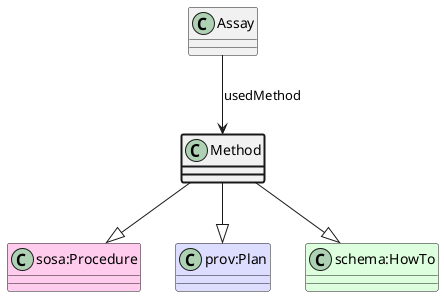
Before: ttl_uml/ttl_appn_Method.png, a diagram exported from PlantUML (aus-plant-phenomics-network/appn-schema).
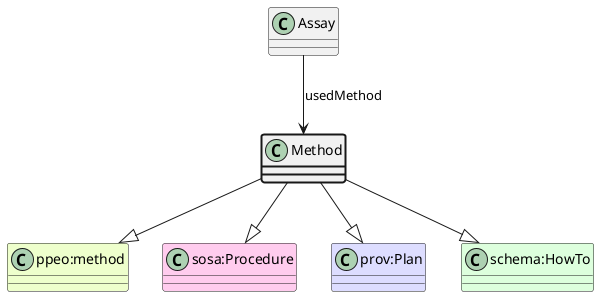
After the change.

What changed in the source:
```diff
@@ -1,5 +1,7 @@
 @startuml
 class Method  #line.bold
+class "ppeo:method" #EEFFCC
+Method --|> "ppeo:method"
 class "sosa:Procedure" #FFCCEE
 Method --|> "sosa:Procedure"
 class "prov:Plan" #DDDDFF
```
